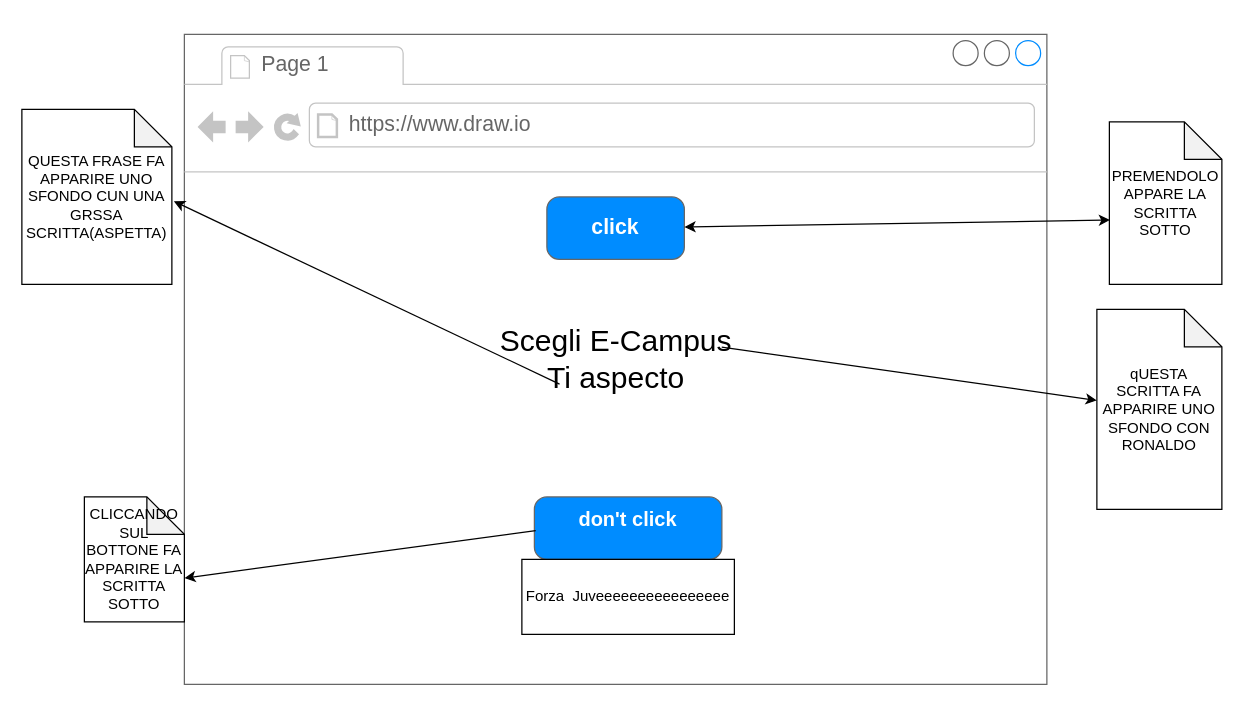
Earlier version of the draw.io diagram Untitled Diagram.drawio (gianlucaanselmi/2021-informatica.html5). Source tidied: cells renumbered, new cells numbered last; positions are measured from the earlier drawing's top-left corner, leaving out a move shared by most shapes. Both pictures are drawn from the tidied source at 125%, with x=0, y=0 at pixel (21, 34).
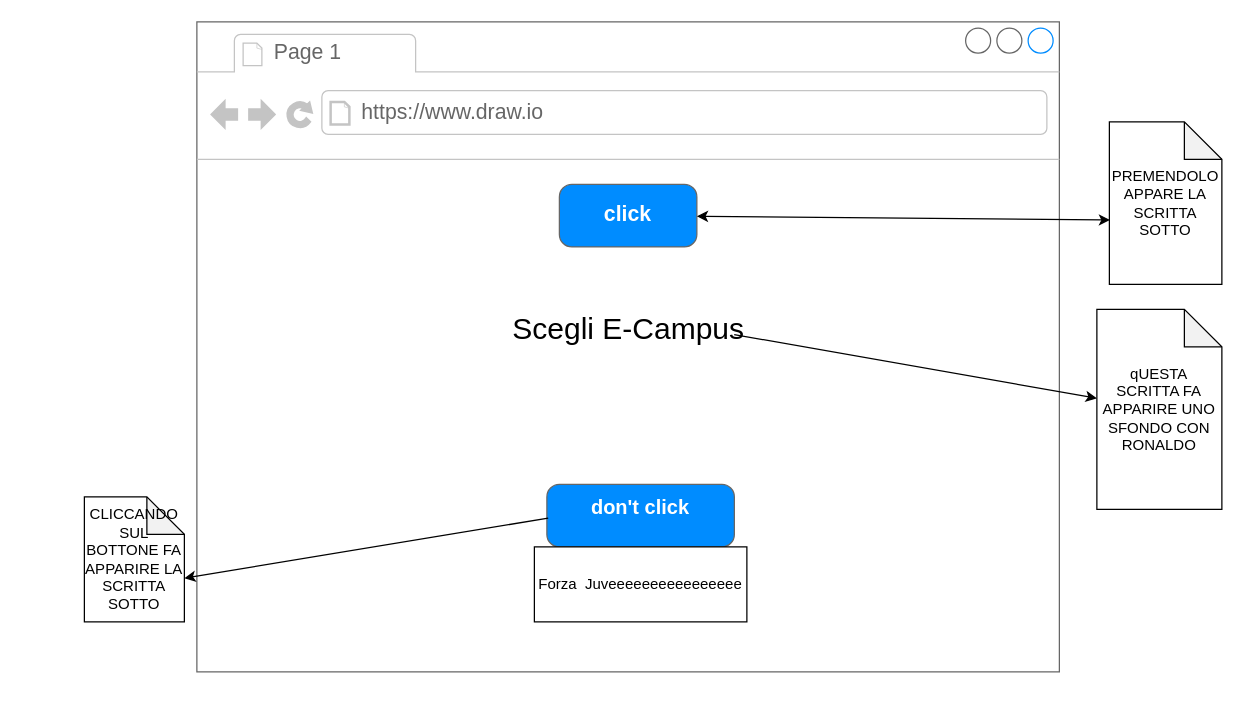
The same page after the edit.

The edit, as a diff of the source:
```diff
@@
 <mxGraphModel>
   <root>
     <mxCell id="0" />
     <mxCell id="1" parent="0" />
-    <mxCell id="2" value="&lt;font style=&quot;font-size: 24px&quot;&gt;Scegli E-Campus&lt;br&gt;Ti aspecto&lt;/font&gt;" style="strokeWidth=1;shadow=0;dashed=0;align=center;html=1;shape=mxgraph.mockup.containers.browserWindow;rSize=0;strokeColor=#666666;strokeColor2=#008cff;strokeColor3=#c4c4c4;mainText=,;" parent="1" vertex="1">
-      <mxGeometry x="130" width="690" height="520" as="geometry" />
+    <mxCell id="2" value="&lt;font style=&quot;font-size: 24px&quot;&gt;Scegli E-Campus&lt;br&gt;&lt;br&gt;&lt;/font&gt;" style="strokeWidth=1;shadow=0;dashed=0;align=center;html=1;shape=mxgraph.mockup.containers.browserWindow;rSize=0;strokeColor=#666666;strokeColor2=#008cff;strokeColor3=#c4c4c4;mainText=,;" parent="1" vertex="1">
+      <mxGeometry x="140" y="-10" width="690" height="520" as="geometry" />
     </mxCell>
     <mxCell id="3" value="Page 1" style="strokeWidth=1;shadow=0;dashed=0;align=center;html=1;shape=mxgraph.mockup.containers.anchor;fontSize=17;fontColor=#666666;align=left;" parent="2" vertex="1">
       <mxGeometry x="60" y="12" width="110" height="26" as="geometry" />
     </mxCell>
     <mxCell id="4" value="https://www.draw.io" style="strokeWidth=1;shadow=0;dashed=0;align=center;html=1;shape=mxgraph.mockup.containers.anchor;rSize=0;fontSize=17;fontColor=#666666;align=left;" parent="2" vertex="1">
       <mxGeometry x="130" y="60" width="250" height="26" as="geometry" />
     </mxCell>
     <mxCell id="5" value="click&lt;br&gt;" style="strokeWidth=1;shadow=0;dashed=0;align=center;html=1;shape=mxgraph.mockup.buttons.button;strokeColor=#666666;fontColor=#ffffff;mainText=;buttonStyle=round;fontSize=17;fontStyle=1;fillColor=#008cff;whiteSpace=wrap;" parent="2" vertex="1">
       <mxGeometry x="290" y="130" width="110" height="50" as="geometry" />
     </mxCell>
     <mxCell id="6" style="strokeWidth=1;shadow=0;dashed=0;align=center;html=1;shape=mxgraph.mockup.buttons.multiButton;fillColor=#008cff;strokeColor=#666666;mainText=;subText=;" parent="2" vertex="1">
       <mxGeometry x="280" y="370" width="150" height="50" as="geometry" />
     </mxCell>
     <mxCell id="7" value="don't click" style="strokeWidth=1;shadow=0;dashed=0;align=center;html=1;shape=mxgraph.mockup.anchor;fontSize=16;fontColor=#ffffff;fontStyle=1;whiteSpace=wrap;" parent="6" vertex="1">
       <mxGeometry y="8" width="150" height="20" as="geometry" />
     </mxCell>
     <mxCell id="8" style="strokeWidth=1;shadow=0;dashed=0;align=center;html=1;shape=mxgraph.mockup.anchor;fontSize=12;fontColor=#ffffff;fontStyle=1;whiteSpace=wrap;" parent="6" vertex="1">
       <mxGeometry y="30" width="150" height="10" as="geometry" />
     </mxCell>
     <mxCell id="9" value="Forza&amp;nbsp; Juveeeeeeeeeeeeeeee" style="rounded=0;whiteSpace=wrap;html=1;" parent="2" vertex="1">
       <mxGeometry x="270" y="420" width="170" height="60" as="geometry" />
     </mxCell>
     <mxCell id="10" value="PREMENDOLO APPARE LA SCRITTA SOTTO" style="shape=note;whiteSpace=wrap;html=1;backgroundOutline=1;darkOpacity=0.05;" parent="1" vertex="1">
       <mxGeometry x="870" y="70" width="90" height="130" as="geometry" />
     </mxCell>
     <mxCell id="11" value="qUESTA SCRITTA FA APPARIRE UNO SFONDO CON RONALDO" style="shape=note;whiteSpace=wrap;html=1;backgroundOutline=1;darkOpacity=0.05;" parent="1" vertex="1">
       <mxGeometry x="860" y="220" width="100" height="160" as="geometry" />
     </mxCell>
     <mxCell id="12" style="endArrow=classic;startArrow=classic;html=1;entryX=0.006;entryY=0.604;entryDx=0;entryDy=0;entryPerimeter=0;" parent="1" edge="1" source="5" target="10">
       <mxGeometry relative="1" as="geometry" />
     </mxCell>
     <mxCell id="13" style="endArrow=classic;html=1;exitX=0.623;exitY=0.481;exitDx=0;exitDy=0;exitPerimeter=0;" parent="1" edge="1" source="2" target="11">
       <mxGeometry relative="1" as="geometry" />
     </mxCell>
-    <mxCell id="14" value="QUESTA FRASE FA APPARIRE UNO SFONDO CUN UNA GRSSA SCRITTA(ASPETTA)" style="shape=note;whiteSpace=wrap;html=1;backgroundOutline=1;darkOpacity=0.05;" parent="1" vertex="1">
-      <mxGeometry y="60" width="120" height="140" as="geometry" />
-    </mxCell>
-    <mxCell id="15" style="endArrow=classic;html=1;entryX=1.013;entryY=0.525;entryDx=0;entryDy=0;entryPerimeter=0;exitX=0.435;exitY=0.538;exitDx=0;exitDy=0;exitPerimeter=0;" parent="1" edge="1" source="2" target="14">
-      <mxGeometry relative="1" as="geometry" />
-    </mxCell>
     <mxCell id="16" value="CLICCANDO SUL BOTTONE FA APPARIRE LA SCRITTA SOTTO" style="shape=note;whiteSpace=wrap;html=1;backgroundOutline=1;darkOpacity=0.05;" parent="1" vertex="1">
       <mxGeometry x="50" y="370" width="80" height="100" as="geometry" />
     </mxCell>
     <mxCell id="17" style="endArrow=classic;html=1;entryX=0;entryY=0;entryDx=80;entryDy=65;entryPerimeter=0;exitX=0.007;exitY=0.54;exitDx=0;exitDy=0;exitPerimeter=0;" parent="1" edge="1" source="6" target="16">
       <mxGeometry relative="1" as="geometry" />
     </mxCell>
   </root>
 </mxGraphModel>
```
